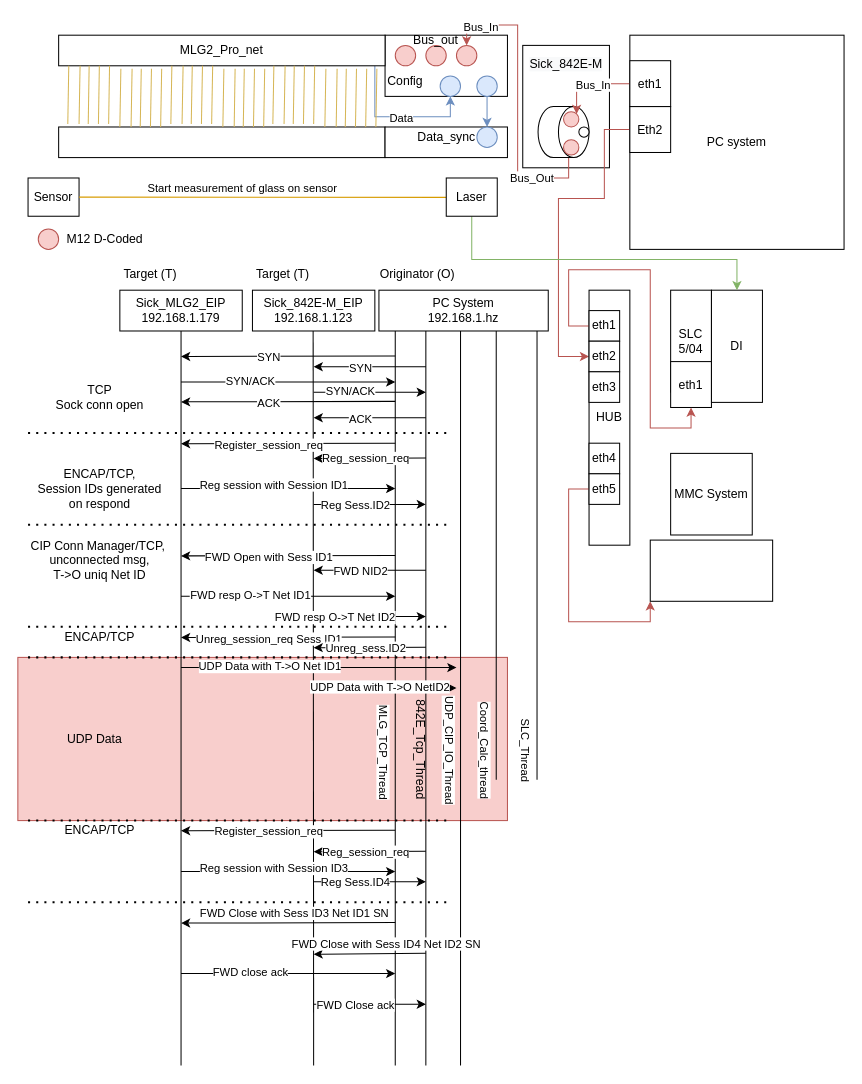
megavad/Diagrams keeps this draw.io diagram as page "EIP_seq_chart" (4 of 5) of Inspection Platform Dataflow.drawio. Above is the earlier version. Source tidied: cells renumbered, new cells numbered last; positions are measured from the earlier drawing's top-left corner, leaving out a move shared by most shapes. Both pictures are drawn from the tidied source at 102%, with x=0, y=0 at pixel (17, 24).
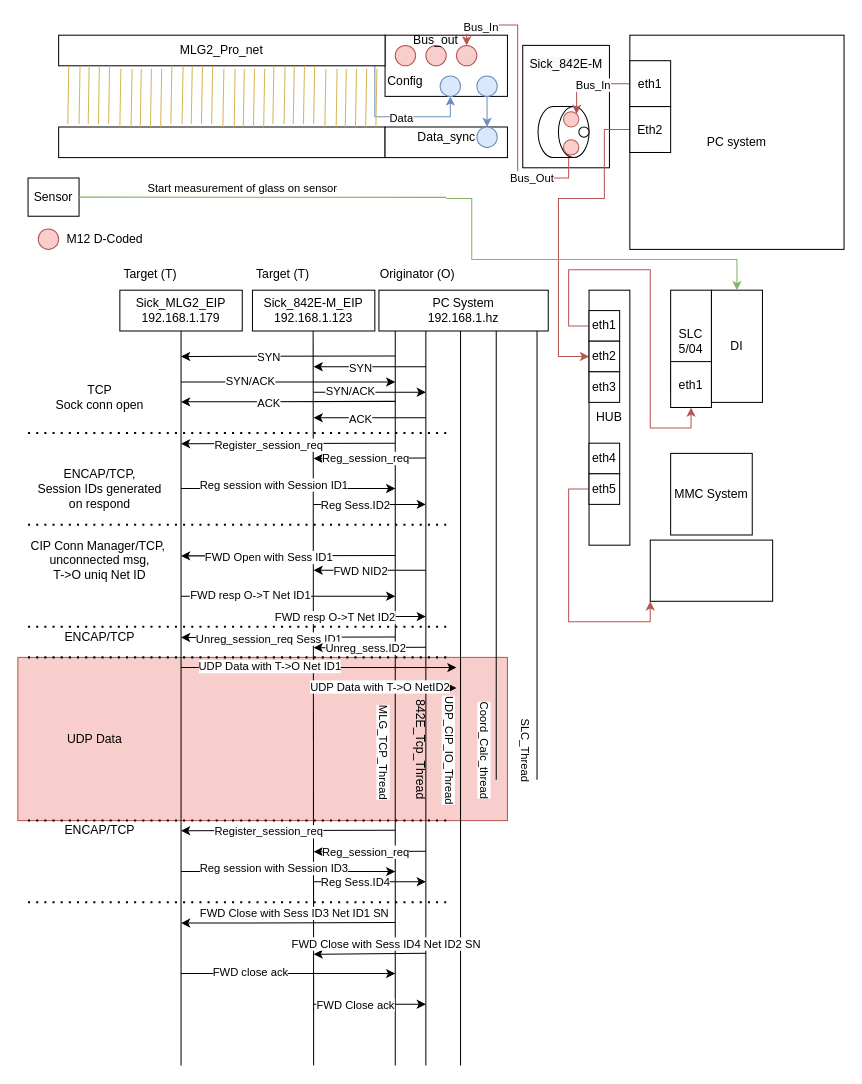
The same diagram, later.

The change refers to these unchanged cells:
```xml
<mxCell id="45" value="DI" style="rounded=0;whiteSpace=wrap;html=1;" parent="1" vertex="1">
  <mxGeometry x="680" y="260" width="50" height="110" as="geometry" />
</mxCell>
<mxCell id="46" value="Sensor" style="rounded=0;whiteSpace=wrap;html=1;" parent="1" vertex="1">
  <mxGeometry x="10" y="150" width="50" height="37.5" as="geometry" />
</mxCell>
```

Diff of the diagram source:
```diff
@@
-    <mxCell id="47" style="endArrow=none;html=1;rounded=0;exitX=1;exitY=0.5;exitDx=0;exitDy=0;fillColor=#ffe6cc;strokeColor=#d79b00;" parent="1" edge="1" source="46">
+    <mxCell id="47" style="endArrow=none;html=1;rounded=0;exitX=1;exitY=0.5;exitDx=0;exitDy=0;fillColor=#d5e8d4;strokeColor=#82b366;" parent="1" edge="1" source="46">
       <mxGeometry relative="1" as="geometry">
         <mxPoint x="420" y="169" as="targetPoint" />
       </mxGeometry>
     </mxCell>
@@
-    <mxCell id="49" style="edgeStyle=orthogonalEdgeStyle;rounded=0;jettySize=auto;html=1;fillColor=#d5e8d4;strokeColor=#82b366;" parent="1" edge="1" source="50" target="45">
+    <mxCell id="49" style="edgeStyle=orthogonalEdgeStyle;rounded=0;jettySize=auto;html=1;fillColor=#d5e8d4;strokeColor=#82b366;" parent="1" edge="1" target="45">
       <mxGeometry relative="1" as="geometry">
+        <mxPoint x="420" y="170" as="sourcePoint" />
         <Array as="points">
           <mxPoint x="445" y="230" />
           <mxPoint x="705" y="230" />
         </Array>
       </mxGeometry>
     </mxCell>
-    <mxCell id="50" value="Laser" style="rounded=0;whiteSpace=wrap;html=1;" parent="1" vertex="1">
-      <mxGeometry x="420" y="150" width="50" height="37.5" as="geometry" />
-    </mxCell>
```
